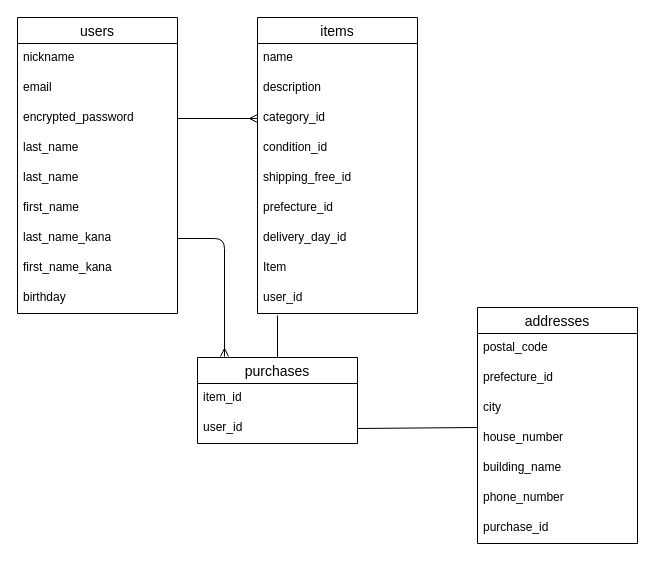
Before: furimaER.dio in kaito8958/furima-46645, a draw.io diagram. Source tidied: cells renumbered, new cells numbered last; positions are measured from the earlier drawing's top-left corner, leaving out a move shared by most shapes. Both pictures are drawn from the tidied source at 100%, with x=0, y=0 at pixel (17, 17).
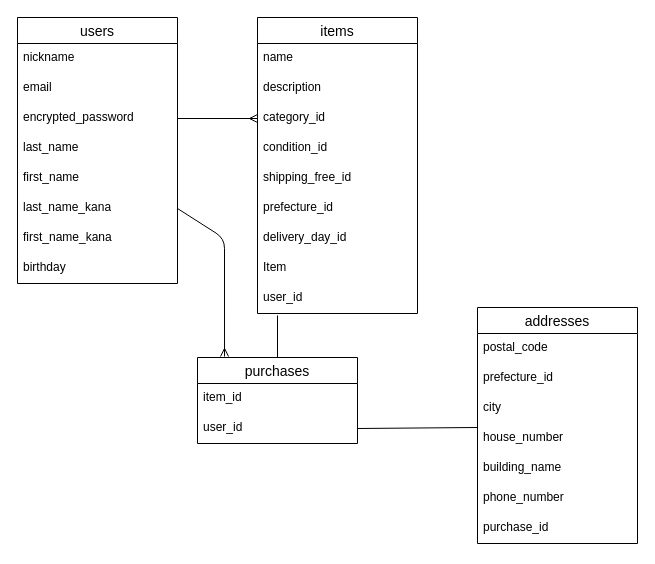
The same diagram, later.

Commit message (it also covers changes not shown here):
itemテーブルのカラムの追加、外部キーカラム名の修正

What changed in the source:
```diff
@@
     <mxCell id="2" value="users" style="swimlane;fontStyle=0;horizontal=1;startSize=26;align=center;fontSize=14;" parent="1" vertex="1">
-      <mxGeometry width="160" height="296" as="geometry" />
+      <mxGeometry width="160" height="266" as="geometry" />
     </mxCell>
@@
-    <mxCell id="6" value="last_name" style="text;strokeColor=none;fillColor=none;spacingLeft=4;spacingRight=4;overflow=hidden;fontSize=12;whiteSpace=wrap;html=1;" parent="2" vertex="1">
-      <mxGeometry y="116" width="160" height="30" as="geometry" />
-    </mxCell>
     <mxCell id="7" value="last_name" style="text;strokeColor=none;fillColor=none;spacingLeft=4;spacingRight=4;overflow=hidden;fontSize=12;whiteSpace=wrap;html=1;" parent="2" vertex="1">
-      <mxGeometry y="146" width="160" height="30" as="geometry" />
+      <mxGeometry y="116" width="160" height="30" as="geometry" />
     </mxCell>
     <mxCell id="8" value="first_name" style="text;strokeColor=none;fillColor=none;spacingLeft=4;spacingRight=4;overflow=hidden;fontSize=12;whiteSpace=wrap;html=1;" parent="2" vertex="1">
-      <mxGeometry y="176" width="160" height="30" as="geometry" />
+      <mxGeometry y="146" width="160" height="30" as="geometry" />
     </mxCell>
     <mxCell id="9" value="last_name_kana" style="text;strokeColor=none;fillColor=none;spacingLeft=4;spacingRight=4;overflow=hidden;points=[[0,0.5],[1,0.5]];portConstraint=eastwest;fontSize=12;whiteSpace=wrap;html=1;" parent="2" vertex="1">
-      <mxGeometry y="206" width="160" height="30" as="geometry" />
+      <mxGeometry y="176" width="160" height="30" as="geometry" />
     </mxCell>
     <mxCell id="10" value="first_name_kana" style="text;strokeColor=none;fillColor=none;spacingLeft=4;spacingRight=4;overflow=hidden;fontSize=12;whiteSpace=wrap;html=1;" parent="2" vertex="1">
-      <mxGeometry y="236" width="160" height="30" as="geometry" />
+      <mxGeometry y="206" width="160" height="30" as="geometry" />
     </mxCell>
     <mxCell id="11" value="birthday" style="text;strokeColor=none;fillColor=none;spacingLeft=4;spacingRight=4;overflow=hidden;fontSize=12;whiteSpace=wrap;html=1;" parent="2" vertex="1">
-      <mxGeometry y="266" width="160" height="30" as="geometry" />
+      <mxGeometry y="236" width="160" height="30" as="geometry" />
     </mxCell>
@@
+    <mxCell id="6" value="&lt;div&gt;&lt;br&gt;&lt;/div&gt;" style="text;strokeColor=none;fillColor=none;spacingLeft=4;spacingRight=4;overflow=hidden;fontSize=12;whiteSpace=wrap;html=1;" parent="1" vertex="1">
+      <mxGeometry x="440" y="90" width="160" height="30" as="geometry" />
+    </mxCell>
```
